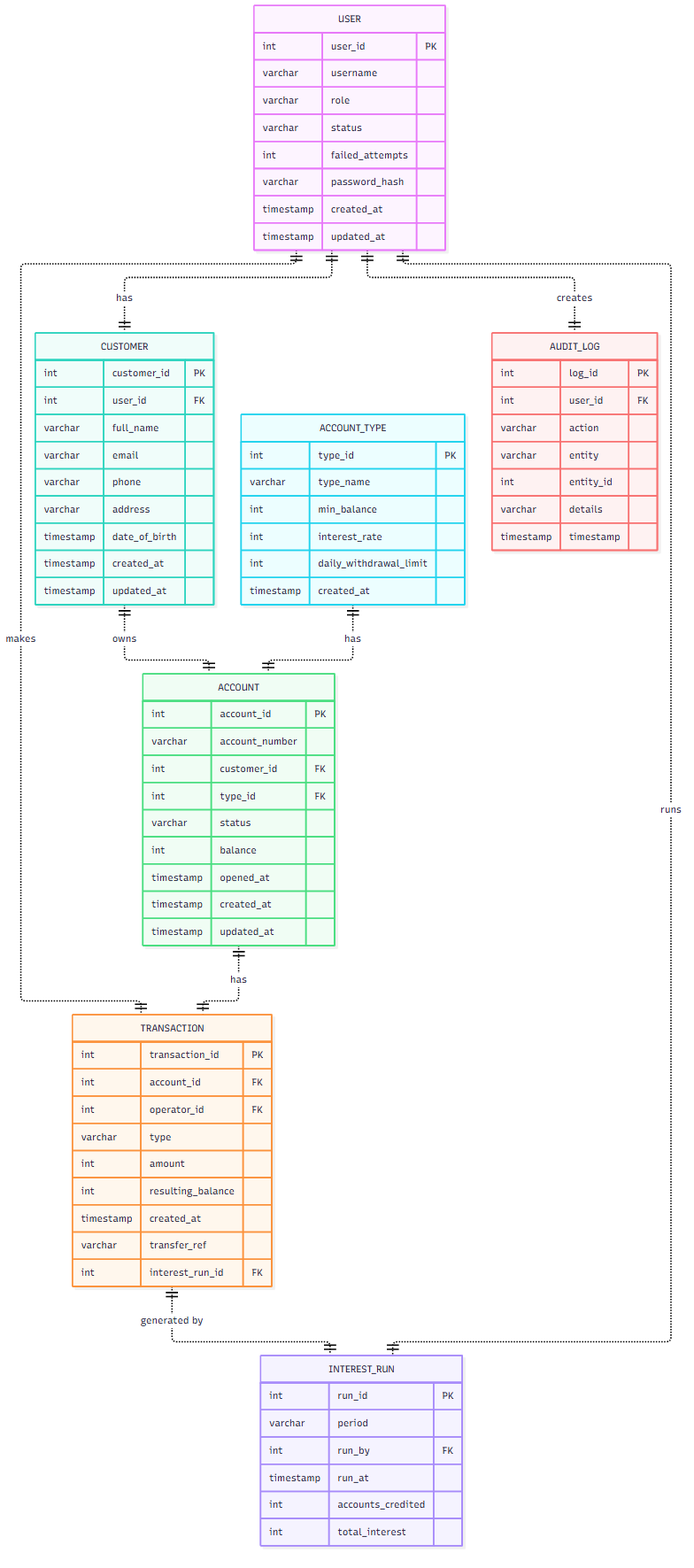
PES-BankManagementSystem/Bank-Management-System keeps this Mermaid diagram as design/er-diagram.png. Above is the earlier version. Its source is kept beside it as design/er-diagram.mmd.
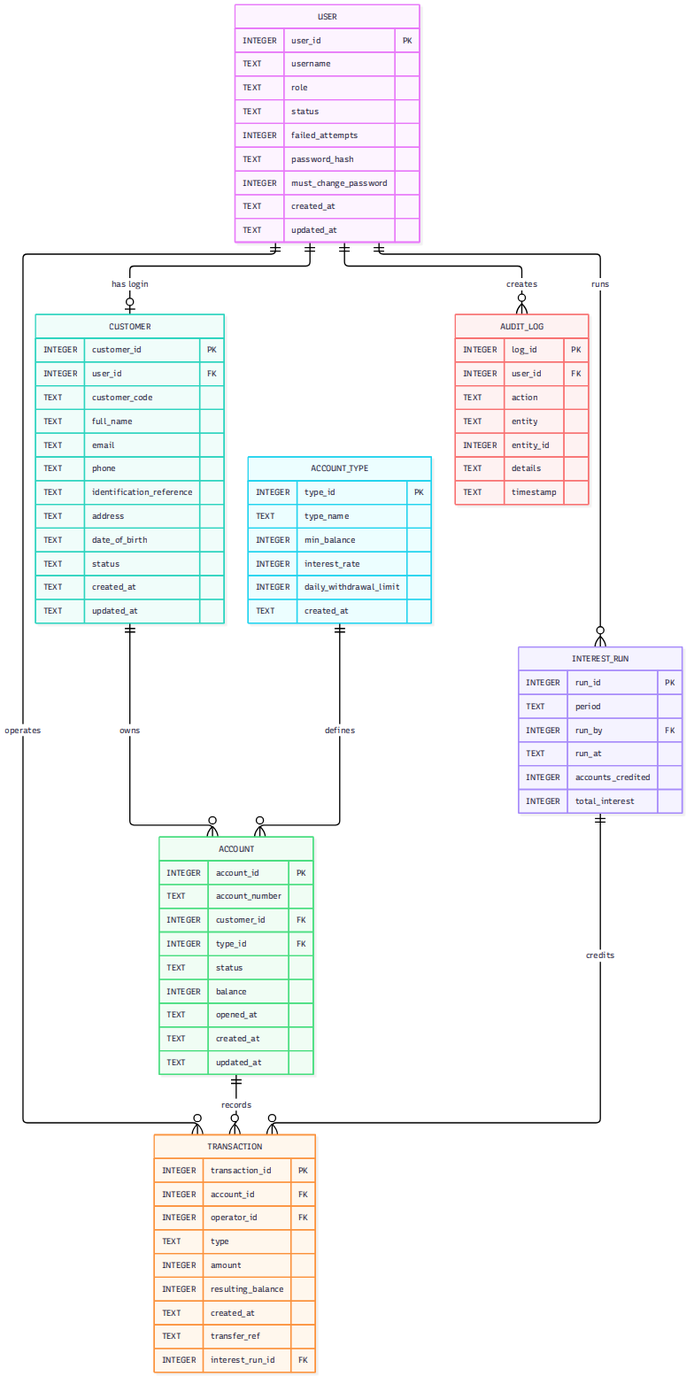
Above is the later version.

Diff of the diagram source:
```diff
@@ -1,84 +1,88 @@
 erDiagram
-    USER ||..|| CUSTOMER : "has"
-    USER ||..|| TRANSACTION : "makes"
-    ACCOUNT_TYPE ||..|| ACCOUNT : "has"
-    CUSTOMER ||..|| ACCOUNT : "owns"
-    ACCOUNT ||..|| TRANSACTION : "has"
-    TRANSACTION ||..|| INTEREST_RUN : "generated by"
-    USER ||..|| INTEREST_RUN : "runs"
-    USER ||..|| AUDIT_LOG : "creates"
+    USER ||--o| CUSTOMER : "has login"
+    USER ||--o{ TRANSACTION : "operates"
+    ACCOUNT_TYPE ||--o{ ACCOUNT : "defines"
+    CUSTOMER ||--o{ ACCOUNT : "owns"
+    ACCOUNT ||--o{ TRANSACTION : "records"
+    INTEREST_RUN ||--o{ TRANSACTION : "credits"
+    USER ||--o{ INTEREST_RUN : "runs"
+    USER ||--o{ AUDIT_LOG : "creates"
 
     USER {
-        int user_id PK
-        varchar username
-        varchar role
-        varchar status
-        int failed_attempts
-        varchar password_hash
-        timestamp created_at
-        timestamp updated_at
+        INTEGER user_id PK
+        TEXT username
+        TEXT role
+        TEXT status
+        INTEGER failed_attempts
+        TEXT password_hash
+        INTEGER must_change_password
+        TEXT created_at
+        TEXT updated_at
     }
 
     CUSTOMER {
-        int customer_id PK
-        int user_id FK
-        varchar full_name
-        varchar email
-        varchar phone
-        varchar address
-        timestamp date_of_birth
-        timestamp created_at
-        timestamp updated_at
+        INTEGER customer_id PK
+        INTEGER user_id FK
+        TEXT customer_code
+        TEXT full_name
+        TEXT email
+        TEXT phone
+        TEXT identification_reference
+        TEXT address
+        TEXT date_of_birth
+        TEXT status
+        TEXT created_at
+        TEXT updated_at
     }
 
     ACCOUNT_TYPE {
-        int type_id PK
-        varchar type_name
-        int min_balance
-        int interest_rate
-        int daily_withdrawal_limit
-        timestamp created_at
+        INTEGER type_id PK
+        TEXT type_name
+        INTEGER min_balance
+        INTEGER interest_rate
+        INTEGER daily_withdrawal_limit
+        TEXT created_at
     }
 
     ACCOUNT {
-        int account_id PK
-        varchar account_number
-        int customer_id FK
-        int type_id FK
-        varchar status
-        int balance
-        timestamp opened_at
-        timestamp created_at
-        timestamp updated_at
+        INTEGER account_id PK
+        TEXT account_number
+        INTEGER customer_id FK
+        INTEGER type_id FK
+        TEXT status
+        INTEGER balance
+        TEXT opened_at
+        TEXT created_at
+        TEXT updated_at
     }
 
     TRANSACTION {
-        int transaction_id PK
-        int account_id FK
-        int operator_id FK
-        varchar type
-        int amount
-        int resulting_balance
-        timestamp created_at
-        varchar transfer_ref
-        int interest_run_id FK
+        INTEGER transaction_id PK
+        INTEGER account_id FK
+        INTEGER operator_id FK
+        TEXT type
+        INTEGER amount
+        INTEGER resulting_balance
+        TEXT created_at
+        TEXT transfer_ref
+        INTEGER interest_run_id FK
     }
 
     AUDIT_LOG {
-        int log_id PK
-        int user_id FK
-        varchar action
-        varchar entity
-        int entity_id
-        varchar details
-        timestamp timestamp
+        INTEGER log_id PK
+        INTEGER user_id FK
+        TEXT action
+        TEXT entity
+        INTEGER entity_id
+        TEXT details
+        TEXT timestamp
     }
 
     INTEREST_RUN {
-        int run_id PK
-        varchar period
-        int run_by FK
-        timestamp run_at
-        int accounts_credited
-        int total_interest
+        INTEGER run_id PK
+        TEXT period
+        INTEGER run_by FK
+        TEXT run_at
+        INTEGER accounts_credited
+        INTEGER total_interest
     }
```
